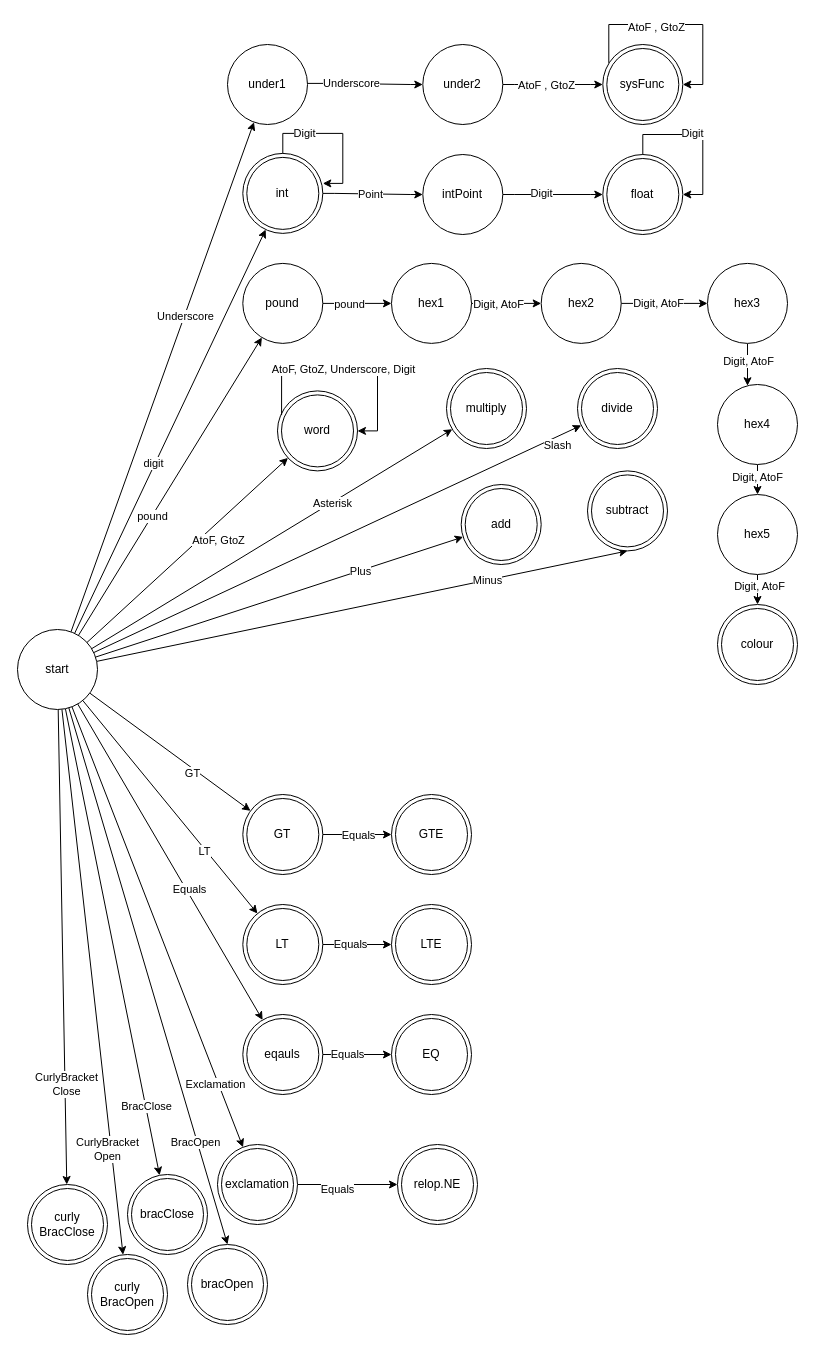
Before: docs/lexer DSA.drawio in wayne1512/CPS2000-compiler, a draw.io diagram. Source tidied: cells renumbered, new cells numbered last; positions are measured from the earlier drawing's top-left corner, leaving out a move shared by most shapes. Both pictures are drawn from the tidied source at 100%, with x=0, y=0 at pixel (17, 44).
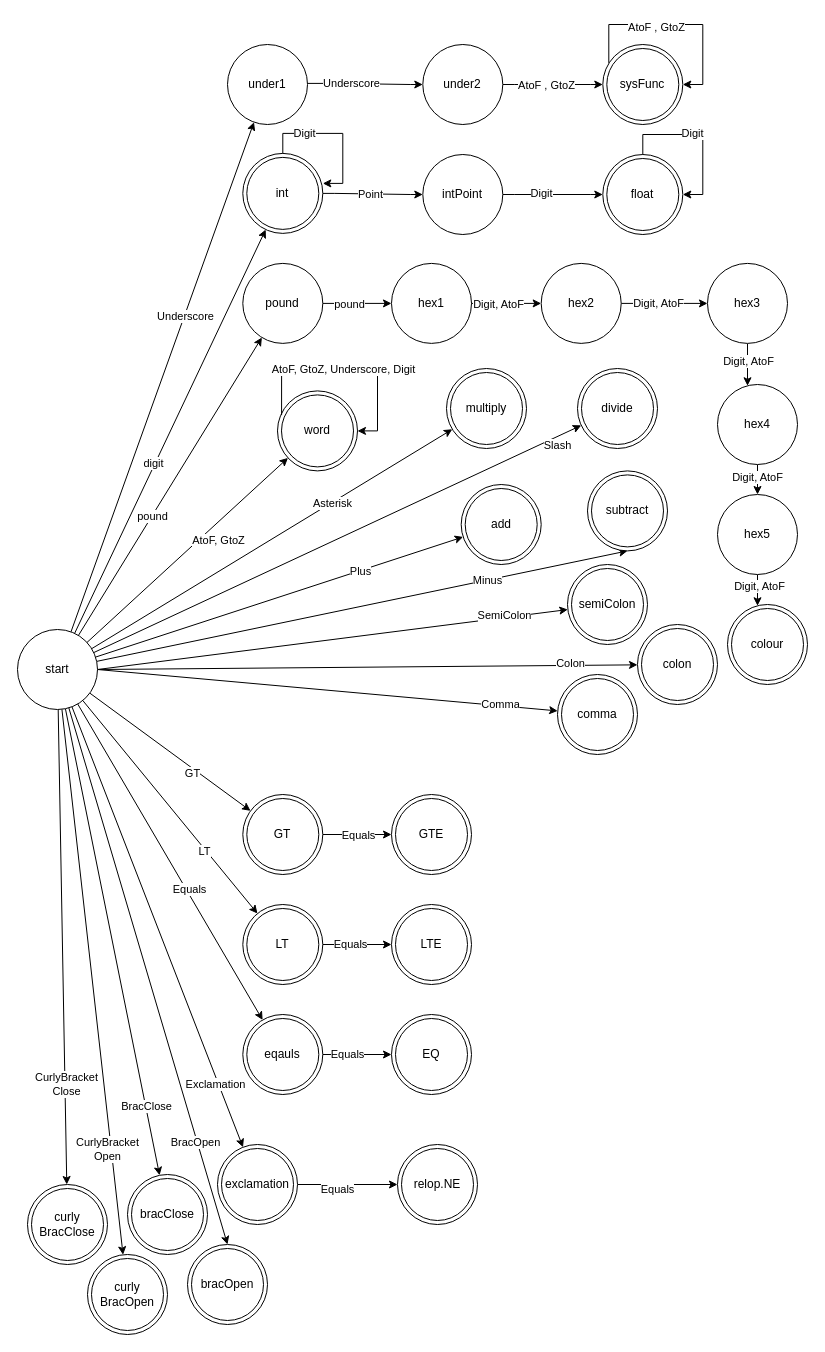
The same diagram, later.

Commit message (it also covers changes not shown here):
lexer punctuation

The change refers to these unchanged cells:
```xml
<mxCell id="34" value="start" style="ellipse;whiteSpace=wrap;html=1;" parent="1" vertex="1">
  <mxGeometry y="585" width="80" height="80" as="geometry" />
</mxCell>
```

The edit, as a diff of the source:
```diff
@@
+    <mxCell id="101" style="rounded=0;jettySize=auto;html=1;exitX=1;exitY=0.5;exitDx=0;exitDy=0;" parent="1" edge="1" source="34" target="107">
+      <mxGeometry relative="1" as="geometry" />
+    </mxCell>
+    <mxCell id="102" value="SemiColon" style="edgeLabel;html=1;align=center;verticalAlign=middle;" parent="101" vertex="1">
+      <mxGeometry x="0.73" y="3" relative="1" as="geometry" />
+    </mxCell>
+    <mxCell id="103" style="rounded=0;jettySize=auto;html=1;exitX=1;exitY=0.5;exitDx=0;exitDy=0;" parent="1" edge="1" source="34" target="108">
+      <mxGeometry relative="1" as="geometry" />
+    </mxCell>
+    <mxCell id="104" value="Colon" style="edgeLabel;html=1;align=center;verticalAlign=middle;" parent="103" vertex="1">
+      <mxGeometry x="0.75" y="2" relative="1" as="geometry" />
+    </mxCell>
+    <mxCell id="105" style="rounded=0;jettySize=auto;html=1;exitX=1;exitY=0.5;exitDx=0;exitDy=0;" parent="1" edge="1" source="34" target="109">
+      <mxGeometry relative="1" as="geometry" />
+    </mxCell>
+    <mxCell id="106" value="Comma" style="edgeLabel;html=1;align=center;verticalAlign=middle;" parent="105" vertex="1">
+      <mxGeometry x="0.75" y="2" relative="1" as="geometry" />
+    </mxCell>
@@
     <mxCell id="73" value="colour" style="ellipse;whiteSpace=wrap;html=1;shape=doubleEllipse;" parent="1" vertex="1">
-      <mxGeometry x="700" y="560" width="80" height="80" as="geometry" />
+      <mxGeometry x="710" y="560" width="80" height="80" as="geometry" />
     </mxCell>
@@
+    <mxCell id="107" value="semiColon" style="ellipse;whiteSpace=wrap;html=1;shape=doubleEllipse;" parent="1" vertex="1">
+      <mxGeometry x="550" y="520" width="80" height="80" as="geometry" />
+    </mxCell>
+    <mxCell id="108" value="colon" style="ellipse;whiteSpace=wrap;html=1;shape=doubleEllipse;" parent="1" vertex="1">
+      <mxGeometry x="620" y="580" width="80" height="80" as="geometry" />
+    </mxCell>
+    <mxCell id="109" value="comma" style="ellipse;whiteSpace=wrap;html=1;shape=doubleEllipse;" parent="1" vertex="1">
+      <mxGeometry x="540" y="630" width="80" height="80" as="geometry" />
+    </mxCell>
```
